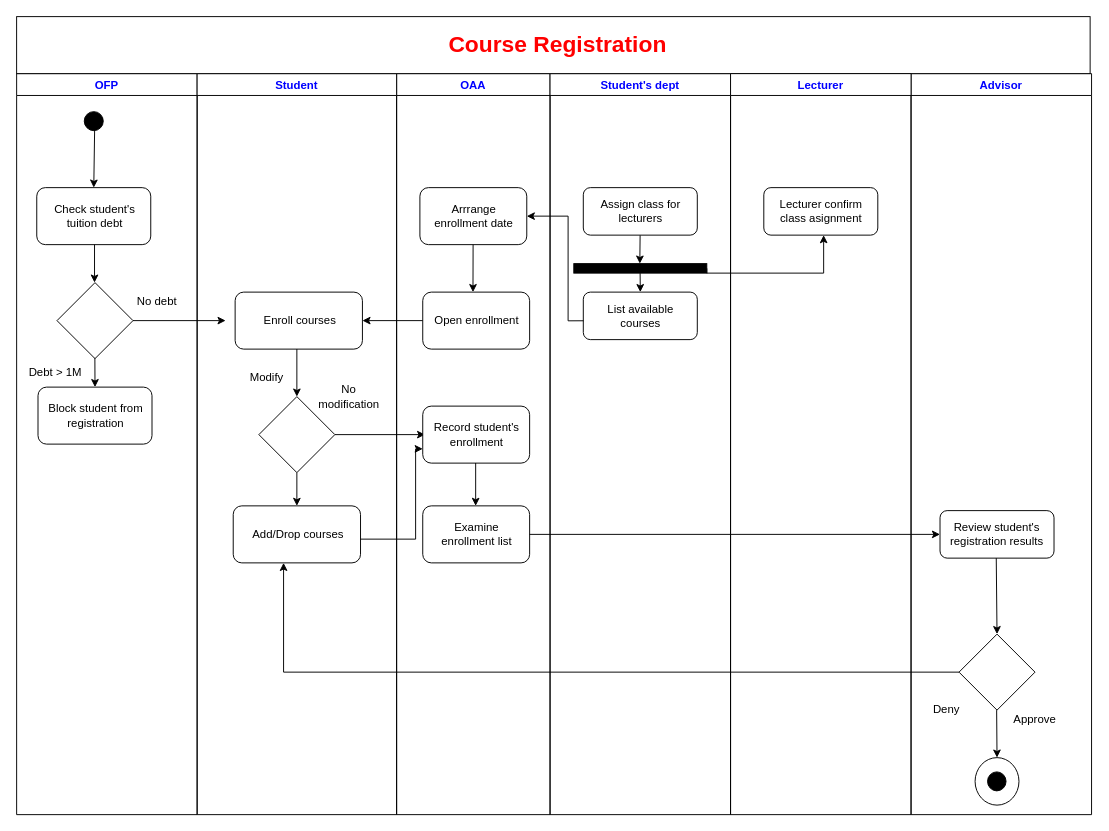
Earlier version of the draw.io diagram Lab 4/Topic 1_ Course Registration Process.drawio (JavaKhangNguyen/LabOOAD). Source tidied: cells renumbered, new cells numbered last; positions are measured from the earlier drawing's top-left corner, leaving out a move shared by most shapes. Both pictures are drawn from the tidied source at 95%, with x=0, y=0 at pixel (16, 16).
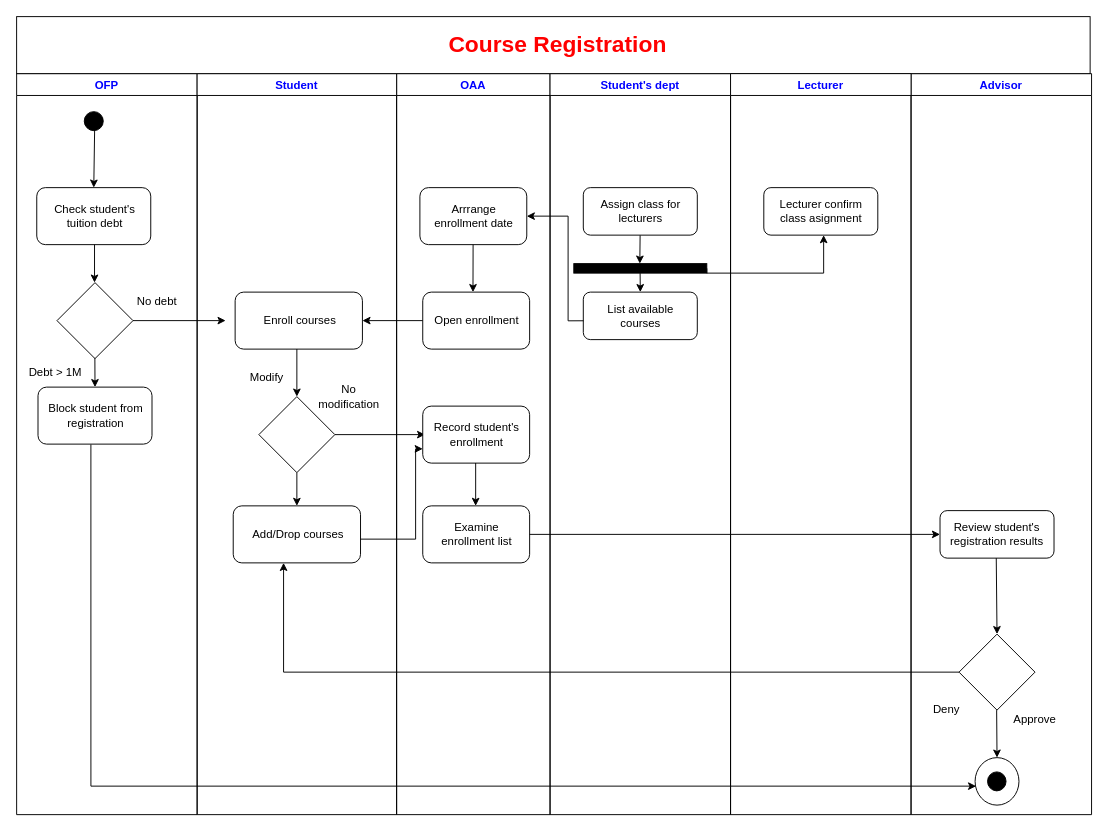
After the change.

The change refers to these unchanged cells:
```xml
<mxCell id="11" style="rounded=1;whiteSpace=wrap;html=1;labelBackgroundColor=none;labelBorderColor=default;fontColor=#000000;strokeColor=#000000;fillColor=default;" parent="2" vertex="1">
  <mxGeometry x="22.5" y="330" width="120" height="60" as="geometry" />
</mxCell>
<mxCell id="18" style="verticalLabelPosition=bottom;verticalAlign=top;html=1;shape=mxgraph.flowchart.on-page_reference;fontColor=none;labelBackgroundColor=#1A1A1A;noLabel=1;fillColor=none;" parent="15" vertex="1">
  <mxGeometry x="67.4" y="720" width="46.2" height="50" as="geometry" />
</mxCell>
```

What changed in the source:
```diff
@@
+    <mxCell id="66" style="edgeStyle=segmentEdgeStyle;endArrow=classic;html=1;rounded=0;entryX=0.024;entryY=0.6;entryDx=0;entryDy=0;entryPerimeter=0;exitX=0.464;exitY=1.007;exitDx=0;exitDy=0;exitPerimeter=0;" parent="1" edge="1" source="11" target="18">
+      <mxGeometry relative="1" as="geometry">
+        <Array as="points">
+          <mxPoint x="78" y="810" />
+        </Array>
+      </mxGeometry>
+    </mxCell>
```
